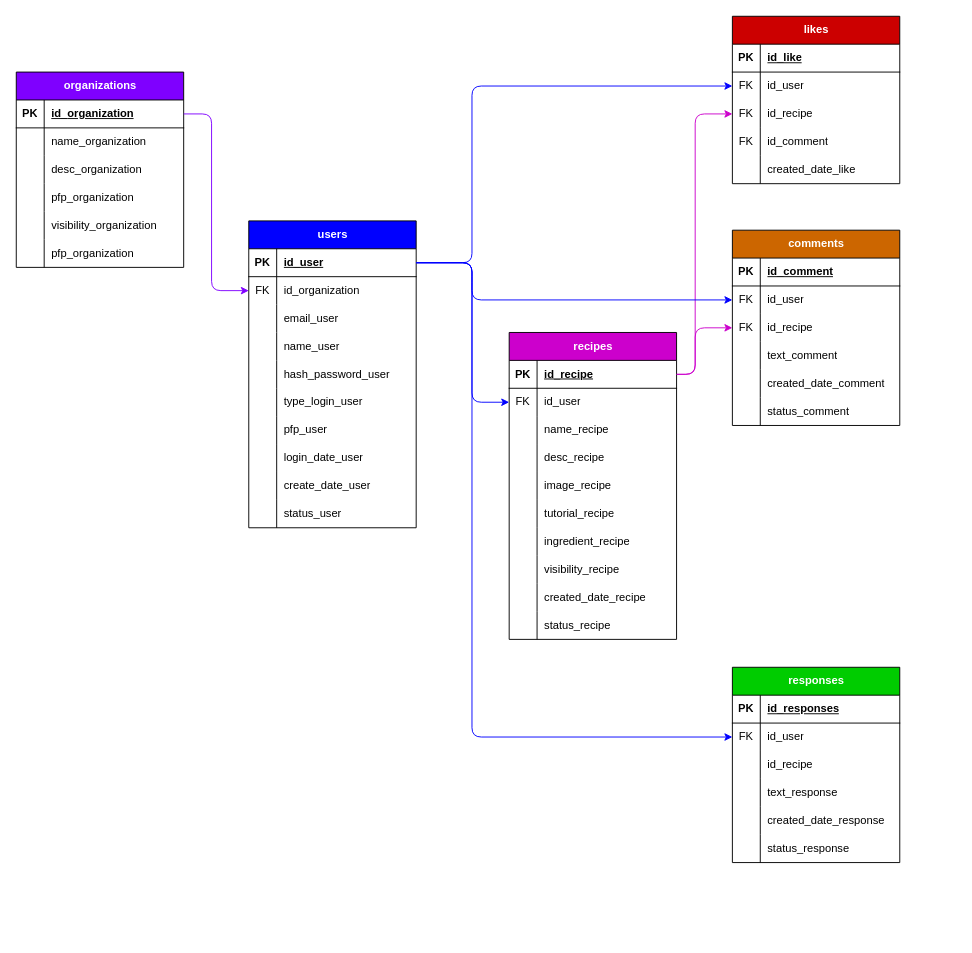
This is documentation/diagram/erd.drawio from Danialdev01/ResepiSihat, a draw.io file, before an edit. Source tidied: cells renumbered, new cells numbered last; positions are measured from the earlier drawing's top-left corner, leaving out a move shared by most shapes. Both pictures are drawn from the tidied source at 93%, with x=0, y=0 at pixel (16, 16).
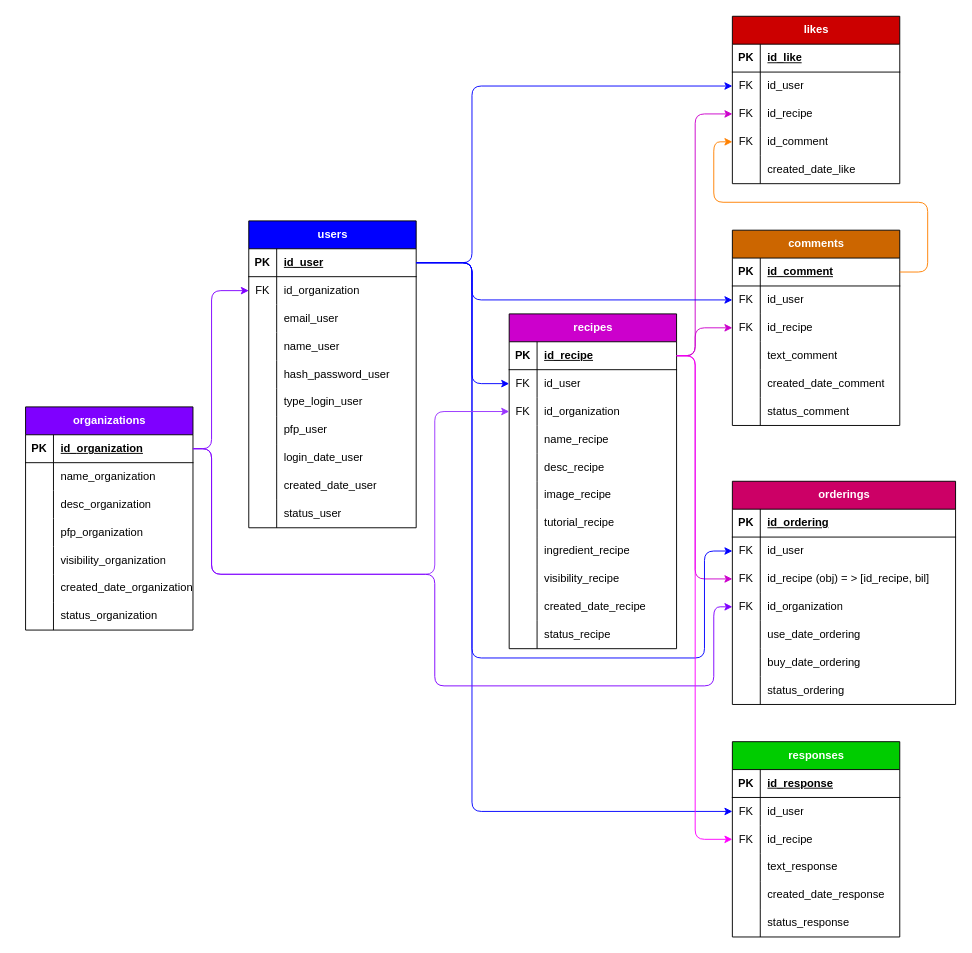
The same page after the edit.

Unchanged cells that the change refers to:
```xml
<mxCell id="3" style="shape=tableRow;horizontal=0;startSize=0;swimlaneHead=0;swimlaneBody=0;fillColor=none;points=[[0,0.5],[1,0.5]];portConstraint=eastwest;top=0;left=0;right=0;bottom=1;" parent="2" vertex="1">
  <mxGeometry y="30" width="180" height="30" as="geometry" />
</mxCell>
<mxCell id="6" style="shape=tableRow;horizontal=0;startSize=0;swimlaneHead=0;swimlaneBody=0;fillColor=none;points=[[0,0.5],[1,0.5]];portConstraint=eastwest;top=0;left=0;right=0;bottom=0;" parent="2" vertex="1">
  <mxGeometry y="60" width="180" height="30" as="geometry" />
</mxCell>
<mxCell id="34" style="shape=tableRow;horizontal=0;startSize=0;swimlaneHead=0;swimlaneBody=0;fillColor=none;points=[[0,0.5],[1,0.5]];portConstraint=eastwest;top=0;left=0;right=0;bottom=1;" parent="33" vertex="1">
  <mxGeometry y="30" width="180" height="30" as="geometry" />
</mxCell>
<mxCell id="49" style="shape=tableRow;horizontal=0;startSize=0;swimlaneHead=0;swimlaneBody=0;fillColor=none;top=0;left=0;right=0;bottom=0;" parent="33" vertex="1">
  <mxGeometry y="180" width="180" height="30" as="geometry" />
</mxCell>
<mxCell id="53" style="shape=tableRow;horizontal=0;startSize=0;swimlaneHead=0;swimlaneBody=0;fillColor=none;points=[[0,0.5],[1,0.5]];portConstraint=eastwest;top=0;left=0;right=0;bottom=1;" parent="52" vertex="1">
  <mxGeometry y="30" width="180" height="30" as="geometry" />
</mxCell>
<mxCell id="56" style="shape=tableRow;horizontal=0;startSize=0;swimlaneHead=0;swimlaneBody=0;fillColor=none;points=[[0,0.5],[1,0.5]];portConstraint=eastwest;top=0;left=0;right=0;bottom=0;" parent="52" vertex="1">
  <mxGeometry y="60" width="180" height="30" as="geometry" />
</mxCell>
<mxCell id="77" style="shape=tableRow;horizontal=0;startSize=0;swimlaneHead=0;swimlaneBody=0;fillColor=none;top=0;left=0;right=0;bottom=0;" parent="52" vertex="1">
  <mxGeometry y="270" width="180" height="30" as="geometry" />
</mxCell>
<mxCell id="86" style="shape=tableRow;horizontal=0;startSize=0;swimlaneHead=0;swimlaneBody=0;fillColor=none;points=[[0,0.5],[1,0.5]];portConstraint=eastwest;top=0;left=0;right=0;bottom=1;" parent="85" vertex="1">
  <mxGeometry y="30" width="180" height="30" as="geometry" />
</mxCell>
<mxCell id="92" style="shape=tableRow;horizontal=0;startSize=0;swimlaneHead=0;swimlaneBody=0;fillColor=none;points=[[0,0.5],[1,0.5]];portConstraint=eastwest;top=0;left=0;right=0;bottom=0;" parent="85" vertex="1">
  <mxGeometry y="90" width="180" height="30" as="geometry" />
</mxCell>
<mxCell id="111" style="shape=tableRow;horizontal=0;startSize=0;swimlaneHead=0;swimlaneBody=0;fillColor=none;points=[[0,0.5],[1,0.5]];portConstraint=eastwest;top=0;left=0;right=0;bottom=0;" parent="104" vertex="1">
  <mxGeometry y="90" width="180" height="30" as="geometry" />
</mxCell>
<mxCell id="114" style="shape=tableRow;horizontal=0;startSize=0;swimlaneHead=0;swimlaneBody=0;fillColor=none;points=[[0,0.5],[1,0.5]];portConstraint=eastwest;top=0;left=0;right=0;bottom=0;" parent="104" vertex="1">
  <mxGeometry y="120" width="180" height="30" as="geometry" />
</mxCell>
<mxCell id="123" style="shape=tableRow;horizontal=0;startSize=0;swimlaneHead=0;swimlaneBody=0;fillColor=none;top=0;left=0;right=0;bottom=1;" parent="122" vertex="1">
  <mxGeometry y="30" width="180" height="30" as="geometry" />
</mxCell>
<mxCell id="126" style="shape=tableRow;horizontal=0;startSize=0;swimlaneHead=0;swimlaneBody=0;fillColor=none;points=[[0,0.5],[1,0.5]];portConstraint=eastwest;top=0;left=0;right=0;bottom=0;" parent="122" vertex="1">
  <mxGeometry y="60" width="180" height="30" as="geometry" />
</mxCell>
<mxCell id="129" style="shape=tableRow;horizontal=0;startSize=0;swimlaneHead=0;swimlaneBody=0;fillColor=none;points=[[0,0.5],[1,0.5]];portConstraint=eastwest;top=0;left=0;right=0;bottom=0;" parent="122" vertex="1">
  <mxGeometry y="90" width="180" height="30" as="geometry" />
</mxCell>
```

Change to the diagram source:
```diff
@@
-<mxGraphModel>
+<mxGraphModel background="#ffffff">
@@
     <mxCell id="2" value="&lt;span style=&quot;color: white;&quot;&gt;recipes&lt;/span&gt;" style="shape=table;startSize=30;childLayout=tableLayout;rowLines=0;fontStyle=1;align=center;html=1;fillColor=#CC00CC;" parent="1" vertex="1">
-      <mxGeometry x="530" y="340" width="180" height="330" as="geometry" />
+      <mxGeometry x="530" y="320" width="180" height="360" as="geometry" />
     </mxCell>
@@
+    <mxCell id="144" style="shape=tableRow;horizontal=0;startSize=0;swimlaneHead=0;swimlaneBody=0;fillColor=none;points=[[0,0.5],[1,0.5]];portConstraint=eastwest;top=0;left=0;right=0;bottom=0;" parent="2" vertex="1">
+      <mxGeometry y="90" width="180" height="30" as="geometry" />
+    </mxCell>
+    <mxCell id="145" value="FK" style="shape=partialRectangle;fillColor=none;top=0;left=0;bottom=0;right=0;overflow=hidden;whiteSpace=wrap;html=1;" parent="144" vertex="1">
+      <mxGeometry width="30" height="30" as="geometry" />
+    </mxCell>
+    <mxCell id="146" value="id_organization" style="shape=partialRectangle;fillColor=none;top=0;left=0;bottom=0;right=0;align=left;spacingLeft=6;overflow=hidden;whiteSpace=wrap;html=1;" parent="144" vertex="1">
+      <mxGeometry x="30" width="150" height="30" as="geometry" />
+    </mxCell>
     <mxCell id="9" style="shape=tableRow;horizontal=0;startSize=0;swimlaneHead=0;swimlaneBody=0;fillColor=none;top=0;left=0;right=0;bottom=0;" parent="2" vertex="1">
-      <mxGeometry y="90" width="180" height="30" as="geometry" />
+      <mxGeometry y="120" width="180" height="30" as="geometry" />
     </mxCell>
@@
     <mxCell id="12" style="shape=tableRow;horizontal=0;startSize=0;swimlaneHead=0;swimlaneBody=0;fillColor=none;top=0;left=0;right=0;bottom=0;" parent="2" vertex="1">
-      <mxGeometry y="120" width="180" height="30" as="geometry" />
+      <mxGeometry y="150" width="180" height="30" as="geometry" />
     </mxCell>
@@
     <mxCell id="15" style="shape=tableRow;horizontal=0;startSize=0;swimlaneHead=0;swimlaneBody=0;fillColor=none;top=0;left=0;right=0;bottom=0;" parent="2" vertex="1">
-      <mxGeometry y="150" width="180" height="30" as="geometry" />
+      <mxGeometry y="180" width="180" height="30" as="geometry" />
     </mxCell>
@@
     <mxCell id="18" style="shape=tableRow;horizontal=0;startSize=0;swimlaneHead=0;swimlaneBody=0;fillColor=none;top=0;left=0;right=0;bottom=0;" parent="2" vertex="1">
-      <mxGeometry y="180" width="180" height="30" as="geometry" />
+      <mxGeometry y="210" width="180" height="30" as="geometry" />
     </mxCell>
@@
     <mxCell id="21" style="shape=tableRow;horizontal=0;startSize=0;swimlaneHead=0;swimlaneBody=0;fillColor=none;top=0;left=0;right=0;bottom=0;" parent="2" vertex="1">
-      <mxGeometry y="210" width="180" height="30" as="geometry" />
+      <mxGeometry y="240" width="180" height="30" as="geometry" />
     </mxCell>
@@
     <mxCell id="24" style="shape=tableRow;horizontal=0;startSize=0;swimlaneHead=0;swimlaneBody=0;fillColor=none;top=0;left=0;right=0;bottom=0;" parent="2" vertex="1">
-      <mxGeometry y="240" width="180" height="30" as="geometry" />
+      <mxGeometry y="270" width="180" height="30" as="geometry" />
     </mxCell>
@@
     <mxCell id="27" style="shape=tableRow;horizontal=0;startSize=0;swimlaneHead=0;swimlaneBody=0;fillColor=none;top=0;left=0;right=0;bottom=0;" parent="2" vertex="1">
-      <mxGeometry y="270" width="180" height="30" as="geometry" />
+      <mxGeometry y="300" width="180" height="30" as="geometry" />
     </mxCell>
@@
     <mxCell id="30" style="shape=tableRow;horizontal=0;startSize=0;swimlaneHead=0;swimlaneBody=0;fillColor=none;top=0;left=0;right=0;bottom=0;" parent="2" vertex="1">
-      <mxGeometry y="300" width="180" height="30" as="geometry" />
+      <mxGeometry y="330" width="180" height="30" as="geometry" />
     </mxCell>
@@
     <mxCell id="33" value="&lt;span style=&quot;color: white;&quot;&gt;organizations&lt;/span&gt;" style="shape=table;startSize=30;childLayout=tableLayout;rowLines=0;fontStyle=1;align=center;html=1;fillColor=#7F00FF;" parent="1" vertex="1">
-      <mxGeometry y="60" width="180" height="210" as="geometry" />
+      <mxGeometry x="10" y="420" width="180" height="240" as="geometry" />
     </mxCell>
@@
-    <mxCell id="51" value="pfp_&lt;span&gt;organization&lt;/span&gt;" style="shape=partialRectangle;fillColor=none;top=0;left=0;bottom=0;right=0;align=left;spacingLeft=6;overflow=hidden;whiteSpace=wrap;html=1;" parent="49" vertex="1">
+    <mxCell id="51" value="created_date_organization" style="shape=partialRectangle;fillColor=none;top=0;left=0;bottom=0;right=0;align=left;spacingLeft=6;overflow=hidden;whiteSpace=wrap;html=1;" parent="49" vertex="1">
       <mxGeometry x="30" width="150" height="30" as="geometry" />
     </mxCell>
+    <mxCell id="147" style="shape=tableRow;horizontal=0;startSize=0;swimlaneHead=0;swimlaneBody=0;fillColor=none;top=0;left=0;right=0;bottom=0;" parent="33" vertex="1">
+      <mxGeometry y="210" width="180" height="30" as="geometry" />
+    </mxCell>
+    <mxCell id="148" style="shape=partialRectangle;fillColor=none;top=0;left=0;bottom=0;right=0;overflow=hidden;whiteSpace=wrap;html=1;" parent="147" vertex="1">
+      <mxGeometry width="30" height="30" as="geometry" />
+    </mxCell>
+    <mxCell id="149" value="status_organization" style="shape=partialRectangle;fillColor=none;top=0;left=0;bottom=0;right=0;align=left;spacingLeft=6;overflow=hidden;whiteSpace=wrap;html=1;" parent="147" vertex="1">
+      <mxGeometry x="30" width="150" height="30" as="geometry" />
+    </mxCell>
@@
-    <mxCell id="79" value="create_date_user" style="shape=partialRectangle;fillColor=none;top=0;left=0;bottom=0;right=0;align=left;spacingLeft=6;overflow=hidden;whiteSpace=wrap;html=1;" parent="77" vertex="1">
+    <mxCell id="79" value="created_date_user" style="shape=partialRectangle;fillColor=none;top=0;left=0;bottom=0;right=0;align=left;spacingLeft=6;overflow=hidden;whiteSpace=wrap;html=1;" parent="77" vertex="1">
       <mxGeometry x="30" width="150" height="30" as="geometry" />
     </mxCell>
@@
     <mxCell id="83" style="edgeStyle=none;html=1;exitX=1;exitY=0.5;exitDx=0;exitDy=0;entryX=0;entryY=0.5;entryDx=0;entryDy=0;strokeColor=#7F00FF;" parent="1" edge="1" source="34" target="56">
       <mxGeometry relative="1" as="geometry">
         <Array as="points">
-          <mxPoint x="210" y="105" />
+          <mxPoint x="210" y="465" />
           <mxPoint x="210" y="295" />
         </Array>
       </mxGeometry>
     </mxCell>
     <mxCell id="84" style="edgeStyle=none;html=1;exitX=1;exitY=0.5;exitDx=0;exitDy=0;entryX=0;entryY=0.5;entryDx=0;entryDy=0;strokeColor=#0000FF;" parent="1" edge="1" source="53" target="6">
       <mxGeometry relative="1" as="geometry">
         <Array as="points">
           <mxPoint x="490" y="265" />
           <mxPoint x="490" y="285" />
-          <mxPoint x="490" y="415" />
+          <mxPoint x="490" y="395" />
         </Array>
       </mxGeometry>
     </mxCell>
@@
     <mxCell id="121" style="edgeStyle=none;html=1;exitX=1;exitY=0.5;exitDx=0;exitDy=0;entryX=0;entryY=0.5;entryDx=0;entryDy=0;fillColor=#CC00CC;strokeColor=#CC00CC;" parent="1" edge="1" source="3" target="111">
       <mxGeometry relative="1" as="geometry">
         <Array as="points">
-          <mxPoint x="730" y="385" />
+          <mxPoint x="730" y="365" />
           <mxPoint x="730" y="105" />
         </Array>
       </mxGeometry>
     </mxCell>
     <mxCell id="122" value="&lt;span style=&quot;color: white;&quot;&gt;responses&lt;/span&gt;" style="shape=table;startSize=30;childLayout=tableLayout;rowLines=0;fontStyle=1;align=center;html=1;fillColor=#00CC00;" parent="1" vertex="1">
-      <mxGeometry x="770" y="700" width="180" height="210" as="geometry" />
+      <mxGeometry x="770" y="780" width="180" height="210" as="geometry" />
     </mxCell>
@@
-    <mxCell id="125" value="id_responses" style="shape=partialRectangle;fillColor=none;top=0;left=0;bottom=0;right=0;align=left;spacingLeft=6;fontStyle=5;overflow=hidden;whiteSpace=wrap;html=1;" parent="123" vertex="1">
+    <mxCell id="125" value="id_response" style="shape=partialRectangle;fillColor=none;top=0;left=0;bottom=0;right=0;align=left;spacingLeft=6;fontStyle=5;overflow=hidden;whiteSpace=wrap;html=1;" parent="123" vertex="1">
       <mxGeometry x="30" width="150" height="30" as="geometry" />
     </mxCell>
@@
-    <mxCell id="130" style="shape=partialRectangle;fillColor=none;top=0;left=0;bottom=0;right=0;overflow=hidden;whiteSpace=wrap;html=1;" parent="129" vertex="1">
+    <mxCell id="130" value="FK" style="shape=partialRectangle;fillColor=none;top=0;left=0;bottom=0;right=0;overflow=hidden;whiteSpace=wrap;html=1;" parent="129" vertex="1">
       <mxGeometry width="30" height="30" as="geometry" />
     </mxCell>
@@
     <mxCell id="141" style="edgeStyle=none;html=1;exitX=1;exitY=0.5;exitDx=0;exitDy=0;entryX=0;entryY=0.5;entryDx=0;entryDy=0;strokeColor=#0000FF;" parent="1" edge="1" source="53" target="126">
       <mxGeometry relative="1" as="geometry">
         <Array as="points">
           <mxPoint x="490" y="265" />
-          <mxPoint x="490" y="775" />
+          <mxPoint x="490" y="855" />
         </Array>
       </mxGeometry>
     </mxCell>
@@
     <mxCell id="143" style="edgeStyle=none;html=1;exitX=1;exitY=0.5;exitDx=0;exitDy=0;entryX=0;entryY=0.5;entryDx=0;entryDy=0;strokeColor=#CC00CC;" parent="1" edge="1" source="3" target="92">
       <mxGeometry relative="1" as="geometry">
         <Array as="points">
-          <mxPoint x="730" y="385" />
+          <mxPoint x="730" y="365" />
           <mxPoint x="730" y="335" />
         </Array>
       </mxGeometry>
     </mxCell>
+    <mxCell id="150" style="edgeStyle=none;html=1;exitX=1;exitY=0.5;exitDx=0;exitDy=0;entryX=0;entryY=0.5;entryDx=0;entryDy=0;strokeColor=#FF8000;" parent="1" edge="1" source="86" target="114">
+      <mxGeometry relative="1" as="geometry">
+        <Array as="points">
+          <mxPoint x="980" y="275" />
+          <mxPoint x="980" y="200" />
+          <mxPoint x="750" y="200" />
+          <mxPoint x="750" y="135" />
+        </Array>
+      </mxGeometry>
+    </mxCell>
+    <mxCell id="151" value="&lt;span style=&quot;color: white;&quot;&gt;orderings&lt;/span&gt;" style="shape=table;startSize=30;childLayout=tableLayout;rowLines=0;fontStyle=1;align=center;html=1;fillColor=#CC0066;" parent="1" vertex="1">
+      <mxGeometry x="770" y="500" width="240" height="240" as="geometry" />
+    </mxCell>
+    <mxCell id="152" style="shape=tableRow;horizontal=0;startSize=0;swimlaneHead=0;swimlaneBody=0;fillColor=none;top=0;left=0;right=0;bottom=1;" parent="151" vertex="1">
+      <mxGeometry y="30" width="240" height="30" as="geometry" />
+    </mxCell>
+    <mxCell id="153" value="PK" style="shape=partialRectangle;fillColor=none;top=0;left=0;bottom=0;right=0;fontStyle=1;overflow=hidden;whiteSpace=wrap;html=1;" parent="152" vertex="1">
+      <mxGeometry width="30" height="30" as="geometry" />
+    </mxCell>
+    <mxCell id="154" value="id_ordering" style="shape=partialRectangle;fillColor=none;top=0;left=0;bottom=0;right=0;align=left;spacingLeft=6;fontStyle=5;overflow=hidden;whiteSpace=wrap;html=1;" parent="152" vertex="1">
+      <mxGeometry x="30" width="210" height="30" as="geometry" />
+    </mxCell>
+    <mxCell id="155" style="shape=tableRow;horizontal=0;startSize=0;swimlaneHead=0;swimlaneBody=0;fillColor=none;points=[[0,0.5],[1,0.5]];portConstraint=eastwest;top=0;left=0;right=0;bottom=0;" parent="151" vertex="1">
+      <mxGeometry y="60" width="240" height="30" as="geometry" />
+    </mxCell>
+    <mxCell id="156" value="FK" style="shape=partialRectangle;fillColor=none;top=0;left=0;bottom=0;right=0;overflow=hidden;whiteSpace=wrap;html=1;" parent="155" vertex="1">
+      <mxGeometry width="30" height="30" as="geometry" />
+    </mxCell>
+    <mxCell id="157" value="id_user" style="shape=partialRectangle;fillColor=none;top=0;left=0;bottom=0;right=0;align=left;spacingLeft=6;overflow=hidden;whiteSpace=wrap;html=1;" parent="155" vertex="1">
+      <mxGeometry x="30" width="210" height="30" as="geometry" />
+    </mxCell>
+    <mxCell id="158" style="shape=tableRow;horizontal=0;startSize=0;swimlaneHead=0;swimlaneBody=0;fillColor=none;points=[[0,0.5],[1,0.5]];portConstraint=eastwest;top=0;left=0;right=0;bottom=0;" parent="151" vertex="1">
+      <mxGeometry y="90" width="240" height="30" as="geometry" />
+    </mxCell>
+    <mxCell id="159" value="FK" style="shape=partialRectangle;fillColor=none;top=0;left=0;bottom=0;right=0;overflow=hidden;whiteSpace=wrap;html=1;" parent="158" vertex="1">
+      <mxGeometry width="30" height="30" as="geometry" />
+    </mxCell>
+    <mxCell id="160" value="id_recipe (obj) = &amp;gt; [id_recipe, bil]" style="shape=partialRectangle;fillColor=none;top=0;left=0;bottom=0;right=0;align=left;spacingLeft=6;overflow=hidden;whiteSpace=wrap;html=1;" parent="158" vertex="1">
+      <mxGeometry x="30" width="210" height="30" as="geometry" />
+    </mxCell>
+    <mxCell id="161" style="shape=tableRow;horizontal=0;startSize=0;swimlaneHead=0;swimlaneBody=0;fillColor=none;points=[[0,0.5],[1,0.5]];portConstraint=eastwest;top=0;left=0;right=0;bottom=0;" parent="151" vertex="1">
+      <mxGeometry y="120" width="240" height="30" as="geometry" />
+    </mxCell>
+    <mxCell id="162" value="FK" style="shape=partialRectangle;fillColor=none;top=0;left=0;bottom=0;right=0;overflow=hidden;whiteSpace=wrap;html=1;" parent="161" vertex="1">
+      <mxGeometry width="30" height="30" as="geometry" />
+    </mxCell>
+    <mxCell id="163" value="id_organization" style="shape=partialRectangle;fillColor=none;top=0;left=0;bottom=0;right=0;align=left;spacingLeft=6;overflow=hidden;whiteSpace=wrap;html=1;" parent="161" vertex="1">
+      <mxGeometry x="30" width="210" height="30" as="geometry" />
+    </mxCell>
+    <mxCell id="164" style="shape=tableRow;horizontal=0;startSize=0;swimlaneHead=0;swimlaneBody=0;fillColor=none;top=0;left=0;right=0;bottom=0;" parent="151" vertex="1">
+      <mxGeometry y="150" width="240" height="30" as="geometry" />
+    </mxCell>
+    <mxCell id="165" style="shape=partialRectangle;fillColor=none;top=0;left=0;bottom=0;right=0;overflow=hidden;whiteSpace=wrap;html=1;" parent="164" vertex="1">
+      <mxGeometry width="30" height="30" as="geometry" />
+    </mxCell>
+    <mxCell id="166" value="use_date_ordering" style="shape=partialRectangle;fillColor=none;top=0;left=0;bottom=0;right=0;align=left;spacingLeft=6;overflow=hidden;whiteSpace=wrap;html=1;" parent="164" vertex="1">
+      <mxGeometry x="30" width="210" height="30" as="geometry" />
+    </mxCell>
+    <mxCell id="167" style="shape=tableRow;horizontal=0;startSize=0;swimlaneHead=0;swimlaneBody=0;fillColor=none;top=0;left=0;right=0;bottom=0;" parent="151" vertex="1">
+      <mxGeometry y="180" width="240" height="30" as="geometry" />
+    </mxCell>
+    <mxCell id="168" style="shape=partialRectangle;fillColor=none;top=0;left=0;bottom=0;right=0;overflow=hidden;whiteSpace=wrap;html=1;" parent="167" vertex="1">
+      <mxGeometry width="30" height="30" as="geometry" />
+    </mxCell>
+    <mxCell id="169" value="buy_date_ordering" style="shape=partialRectangle;fillColor=none;top=0;left=0;bottom=0;right=0;align=left;spacingLeft=6;overflow=hidden;whiteSpace=wrap;html=1;" parent="167" vertex="1">
+      <mxGeometry x="30" width="210" height="30" as="geometry" />
+    </mxCell>
+    <mxCell id="170" style="shape=tableRow;horizontal=0;startSize=0;swimlaneHead=0;swimlaneBody=0;fillColor=none;top=0;left=0;right=0;bottom=0;" parent="151" vertex="1">
+      <mxGeometry y="210" width="240" height="30" as="geometry" />
+    </mxCell>
+    <mxCell id="171" style="shape=partialRectangle;fillColor=none;top=0;left=0;bottom=0;right=0;overflow=hidden;whiteSpace=wrap;html=1;" parent="170" vertex="1">
+      <mxGeometry width="30" height="30" as="geometry" />
+    </mxCell>
+    <mxCell id="172" value="status_ordering" style="shape=partialRectangle;fillColor=none;top=0;left=0;bottom=0;right=0;align=left;spacingLeft=6;overflow=hidden;whiteSpace=wrap;html=1;" parent="170" vertex="1">
+      <mxGeometry x="30" width="210" height="30" as="geometry" />
+    </mxCell>
+    <mxCell id="173" style="edgeStyle=none;html=1;exitX=1;exitY=0.5;exitDx=0;exitDy=0;entryX=0;entryY=0.5;entryDx=0;entryDy=0;strokeColor=#CC00CC;" parent="1" edge="1" source="3" target="158">
+      <mxGeometry relative="1" as="geometry">
+        <Array as="points">
+          <mxPoint x="730" y="365" />
+          <mxPoint x="730" y="605" />
+        </Array>
+      </mxGeometry>
+    </mxCell>
+    <mxCell id="174" style="edgeStyle=none;html=1;exitX=1;exitY=0.5;exitDx=0;exitDy=0;entryX=0;entryY=0.5;entryDx=0;entryDy=0;strokeColor=#0000FF;" parent="1" edge="1" source="53" target="155">
+      <mxGeometry relative="1" as="geometry">
+        <Array as="points">
+          <mxPoint x="490" y="265" />
+          <mxPoint x="490" y="690" />
+          <mxPoint x="740" y="690" />
+          <mxPoint x="740" y="575" />
+        </Array>
+      </mxGeometry>
+    </mxCell>
+    <mxCell id="175" style="edgeStyle=none;html=1;exitX=1;exitY=0.5;exitDx=0;exitDy=0;entryX=0;entryY=0.5;entryDx=0;entryDy=0;strokeColor=#9933FF;" parent="1" edge="1" source="34" target="144">
+      <mxGeometry relative="1" as="geometry">
+        <Array as="points">
+          <mxPoint x="210" y="465" />
+          <mxPoint x="210" y="600" />
+          <mxPoint x="450" y="600" />
+          <mxPoint x="450" y="425" />
+        </Array>
+      </mxGeometry>
+    </mxCell>
+    <mxCell id="176" style="edgeStyle=none;html=1;exitX=1;exitY=0.5;exitDx=0;exitDy=0;entryX=0;entryY=0.5;entryDx=0;entryDy=0;strokeColor=#7F00FF;" parent="1" edge="1" source="34" target="161">
+      <mxGeometry relative="1" as="geometry">
+        <Array as="points">
+          <mxPoint x="210" y="465" />
+          <mxPoint x="210" y="600" />
+          <mxPoint x="450" y="600" />
+          <mxPoint x="450" y="720" />
+          <mxPoint x="750" y="720" />
+          <mxPoint x="750" y="635" />
+        </Array>
+      </mxGeometry>
+    </mxCell>
+    <mxCell id="177" style="edgeStyle=none;html=1;exitX=1;exitY=0.5;exitDx=0;exitDy=0;entryX=0;entryY=0.5;entryDx=0;entryDy=0;strokeColor=#FF00FF;" parent="1" edge="1" source="3" target="129">
+      <mxGeometry relative="1" as="geometry">
+        <Array as="points">
+          <mxPoint x="730" y="365" />
+          <mxPoint x="730" y="885" />
+        </Array>
+      </mxGeometry>
+    </mxCell>
```
